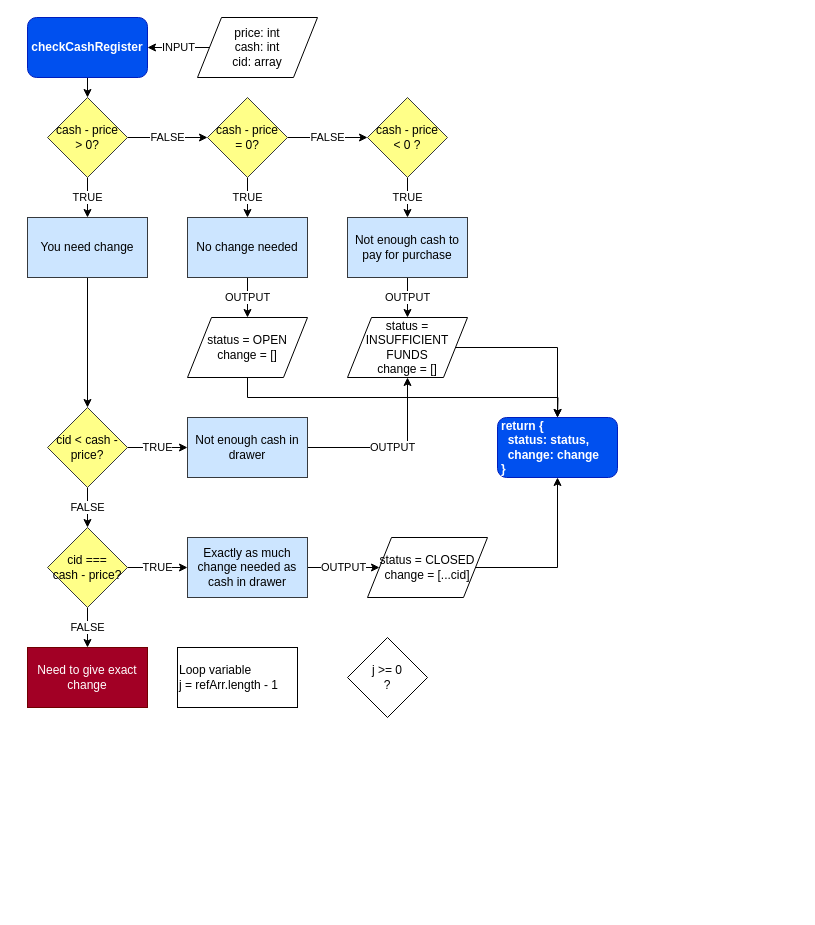
The draw.io diagram docs/images/CheckCashRegister.drawio in hdevilbiss/js-capstone, before the edit. Source tidied: cells renumbered, new cells numbered last; positions are measured from the earlier drawing's top-left corner, leaving out a move shared by most shapes. Both pictures are drawn from the tidied source at 100%, with x=0, y=0 at pixel (27, 17).
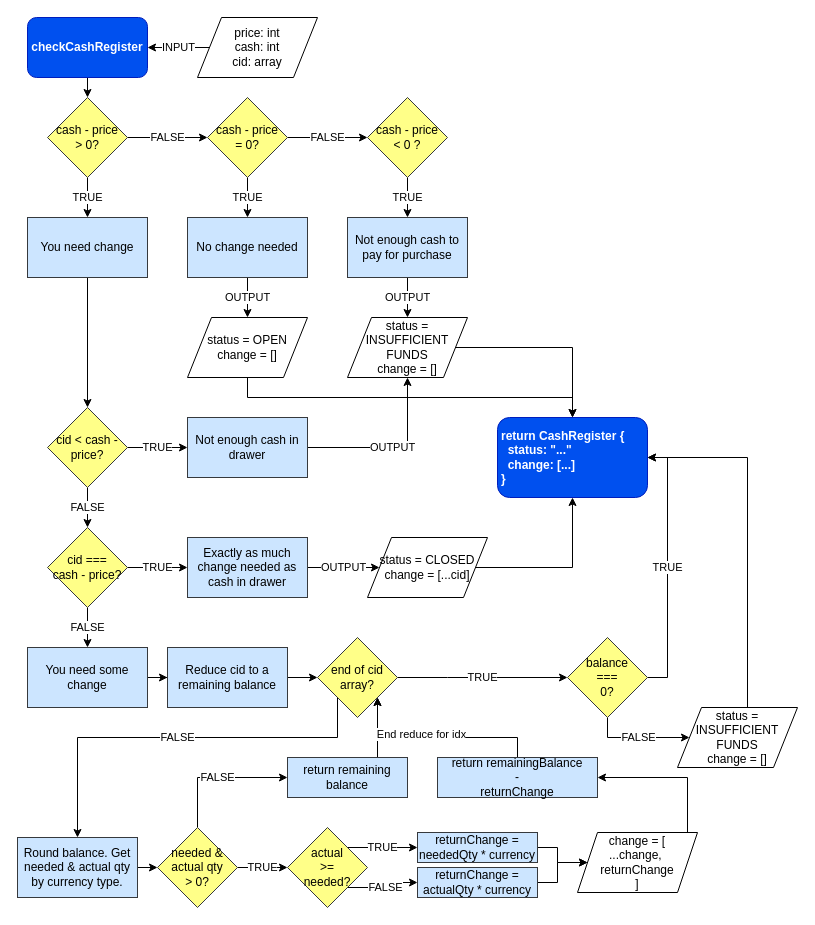
The same diagram, later.

Commit message (it also covers changes not shown here):
🖼️ Finish CashRegister logic diagram

Unchanged cells that the change refers to:
```xml
<mxCell id="21" value="status = OPEN&lt;br&gt;change = []" style="shape=parallelogram;perimeter=parallelogramPerimeter;whiteSpace=wrap;html=1;align=center;labelPosition=center;verticalLabelPosition=middle;verticalAlign=middle;" parent="1" vertex="1">
  <mxGeometry x="160" y="300" width="120" height="60" as="geometry" />
</mxCell>
```

What changed in the source:
```diff
@@
-    <mxCell id="20" style="edgeStyle=orthogonalEdgeStyle;rounded=0;jettySize=auto;html=1;exitX=0.5;exitY=1;exitDx=0;exitDy=0;" parent="1" edge="1" source="21">
-      <mxGeometry relative="1" as="geometry">
-        <mxPoint x="530" y="400" as="targetPoint" />
-      </mxGeometry>
+    <mxCell id="20" style="edgeStyle=orthogonalEdgeStyle;rounded=0;jettySize=auto;html=1;exitX=0.5;exitY=1;exitDx=0;exitDy=0;entryX=0.5;entryY=0;entryDx=0;entryDy=0;" parent="1" edge="1" source="21" target="25">
+      <mxGeometry relative="1" as="geometry" />
     </mxCell>
@@
-    <mxCell id="25" value="return {&lt;br&gt;&amp;nbsp; status: status,&lt;br&gt;&amp;nbsp; change: change&lt;br&gt;}" style="rounded=1;whiteSpace=wrap;html=1;align=left;fillColor=#0050ef;strokeColor=#001DBC;fontColor=#ffffff;fontStyle=1;spacingLeft=2;" parent="1" vertex="1">
-      <mxGeometry x="470" y="400" width="120" height="60" as="geometry" />
+    <mxCell id="25" value="return CashRegister {&lt;br&gt;&amp;nbsp; status: &quot;...&quot;&lt;br&gt;&amp;nbsp; change: [...]&lt;br&gt;}" style="rounded=1;whiteSpace=wrap;html=1;align=left;fillColor=#0050ef;strokeColor=#001DBC;fontColor=#ffffff;fontStyle=1;spacingLeft=2;" parent="1" vertex="1">
+      <mxGeometry x="470" y="400" width="150" height="80" as="geometry" />
     </mxCell>
@@
+    <mxCell id="40" style="edgeStyle=orthogonalEdgeStyle;rounded=0;jettySize=auto;html=1;exitX=1;exitY=0.5;exitDx=0;exitDy=0;" parent="1" edge="1" source="37" target="42">
+      <mxGeometry relative="1" as="geometry" />
+    </mxCell>
-    <mxCell id="37" value="Need to give exact change" style="rounded=0;whiteSpace=wrap;html=1;align=center;fillColor=#a20025;strokeColor=#6F0000;fontColor=#ffffff;" parent="1" vertex="1">
+    <mxCell id="37" value="You need some change" style="rounded=0;whiteSpace=wrap;html=1;align=center;fillColor=#cce5ff;strokeColor=#36393d;" parent="1" vertex="1">
       <mxGeometry y="630" width="120" height="60" as="geometry" />
     </mxCell>
-    <mxCell id="38" value="Loop variable&lt;br&gt;j = refArr.length - 1" style="rounded=0;whiteSpace=wrap;html=1;align=left;" parent="1" vertex="1">
-      <mxGeometry x="150" y="630" width="120" height="60" as="geometry" />
-    </mxCell>
-    <mxCell id="39" value="j &amp;gt;= 0&lt;br&gt;?" style="rhombus;whiteSpace=wrap;html=1;align=center;" parent="1" vertex="1">
-      <mxGeometry x="320" y="620" width="80" height="80" as="geometry" />
-    </mxCell>
+    <mxCell id="41" style="edgeStyle=orthogonalEdgeStyle;rounded=0;jettySize=auto;html=1;exitX=1;exitY=0.5;exitDx=0;exitDy=0;entryX=0;entryY=0.5;entryDx=0;entryDy=0;" parent="1" edge="1" source="42" target="45">
+      <mxGeometry relative="1" as="geometry" />
+    </mxCell>
+    <mxCell id="42" value="Reduce cid to a remaining balance" style="rounded=0;whiteSpace=wrap;html=1;fillColor=#cce5ff;strokeColor=#36393d;" parent="1" vertex="1">
+      <mxGeometry x="140" y="630" width="120" height="60" as="geometry" />
+    </mxCell>
+    <mxCell id="43" value="TRUE" style="edgeStyle=orthogonalEdgeStyle;rounded=0;jettySize=auto;html=1;exitX=1;exitY=0.5;exitDx=0;exitDy=0;entryX=0;entryY=0.5;entryDx=0;entryDy=0;" parent="1" edge="1" source="45" target="48">
+      <mxGeometry relative="1" as="geometry">
+        <Array as="points">
+          <mxPoint x="420" y="660" />
+          <mxPoint x="420" y="660" />
+        </Array>
+      </mxGeometry>
+    </mxCell>
+    <mxCell id="44" value="FALSE" style="edgeStyle=orthogonalEdgeStyle;rounded=0;jettySize=auto;html=1;exitX=0;exitY=1;exitDx=0;exitDy=0;entryX=0.5;entryY=0;entryDx=0;entryDy=0;" parent="1" edge="1" source="45" target="52">
+      <mxGeometry relative="1" as="geometry">
+        <Array as="points">
+          <mxPoint x="310" y="720" />
+          <mxPoint x="50" y="720" />
+        </Array>
+      </mxGeometry>
+    </mxCell>
+    <mxCell id="45" value="end of cid array?" style="rhombus;whiteSpace=wrap;html=1;fillColor=#ffff88;strokeColor=#36393d;" parent="1" vertex="1">
+      <mxGeometry x="290" y="620" width="80" height="80" as="geometry" />
+    </mxCell>
+    <mxCell id="46" value="TRUE" style="edgeStyle=orthogonalEdgeStyle;rounded=0;jettySize=auto;html=1;exitX=1;exitY=0.5;exitDx=0;exitDy=0;entryX=1;entryY=0.5;entryDx=0;entryDy=0;" parent="1" edge="1" source="48" target="25">
+      <mxGeometry relative="1" as="geometry" />
+    </mxCell>
+    <mxCell id="47" value="FALSE" style="edgeStyle=orthogonalEdgeStyle;rounded=0;jettySize=auto;html=1;exitX=0.5;exitY=1;exitDx=0;exitDy=0;entryX=0;entryY=0.5;entryDx=0;entryDy=0;" parent="1" edge="1" source="48" target="50">
+      <mxGeometry relative="1" as="geometry" />
+    </mxCell>
+    <mxCell id="48" value="balance &lt;br&gt;===&lt;br&gt;0?" style="rhombus;whiteSpace=wrap;html=1;fillColor=#ffff88;strokeColor=#36393d;" parent="1" vertex="1">
+      <mxGeometry x="540" y="620" width="80" height="80" as="geometry" />
+    </mxCell>
+    <mxCell id="49" style="edgeStyle=orthogonalEdgeStyle;rounded=0;jettySize=auto;html=1;exitX=1;exitY=0.5;exitDx=0;exitDy=0;entryX=1;entryY=0.5;entryDx=0;entryDy=0;" parent="1" edge="1" source="50" target="25">
+      <mxGeometry relative="1" as="geometry">
+        <Array as="points">
+          <mxPoint x="720" y="720" />
+          <mxPoint x="720" y="440" />
+        </Array>
+      </mxGeometry>
+    </mxCell>
+    <mxCell id="50" value="status = INSUFFICIENT FUNDS&lt;br&gt;change = []" style="shape=parallelogram;perimeter=parallelogramPerimeter;whiteSpace=wrap;html=1;align=center;labelPosition=center;verticalLabelPosition=middle;verticalAlign=middle;" parent="1" vertex="1">
+      <mxGeometry x="650" y="690" width="120" height="60" as="geometry" />
+    </mxCell>
+    <mxCell id="51" style="edgeStyle=orthogonalEdgeStyle;rounded=0;jettySize=auto;html=1;exitX=1;exitY=0.5;exitDx=0;exitDy=0;entryX=0;entryY=0.5;entryDx=0;entryDy=0;" parent="1" edge="1" source="52" target="55">
+      <mxGeometry relative="1" as="geometry" />
+    </mxCell>
+    <mxCell id="52" value="Round balance. Get needed &amp;amp; actual qty by currency type." style="rounded=0;whiteSpace=wrap;html=1;fillColor=#cce5ff;strokeColor=#36393d;" parent="1" vertex="1">
+      <mxGeometry x="-10" y="820" width="120" height="60" as="geometry" />
+    </mxCell>
+    <mxCell id="53" value="TRUE" style="edgeStyle=orthogonalEdgeStyle;rounded=0;jettySize=auto;html=1;exitX=1;exitY=0.5;exitDx=0;exitDy=0;entryX=0;entryY=0.5;entryDx=0;entryDy=0;" parent="1" edge="1" source="55" target="60">
+      <mxGeometry relative="1" as="geometry" />
+    </mxCell>
+    <mxCell id="54" value="FALSE" style="edgeStyle=orthogonalEdgeStyle;rounded=0;jettySize=auto;html=1;exitX=0.5;exitY=0;exitDx=0;exitDy=0;entryX=0;entryY=0.5;entryDx=0;entryDy=0;" parent="1" edge="1" source="55" target="57">
+      <mxGeometry relative="1" as="geometry" />
+    </mxCell>
+    <mxCell id="55" value="needed &amp;amp; actual qty&lt;br&gt;&amp;gt; 0?" style="rhombus;whiteSpace=wrap;html=1;fillColor=#ffff88;strokeColor=#36393d;" parent="1" vertex="1">
+      <mxGeometry x="130" y="810" width="80" height="80" as="geometry" />
+    </mxCell>
+    <mxCell id="56" style="edgeStyle=orthogonalEdgeStyle;rounded=0;jettySize=auto;html=1;exitX=0.75;exitY=0;exitDx=0;exitDy=0;entryX=1;entryY=1;entryDx=0;entryDy=0;" parent="1" edge="1" source="57" target="45">
+      <mxGeometry relative="1" as="geometry" />
+    </mxCell>
+    <mxCell id="57" value="return remaining balance" style="rounded=0;whiteSpace=wrap;html=1;fillColor=#cce5ff;strokeColor=#36393d;" parent="1" vertex="1">
+      <mxGeometry x="260" y="740" width="120" height="40" as="geometry" />
+    </mxCell>
+    <mxCell id="58" value="TRUE" style="edgeStyle=orthogonalEdgeStyle;rounded=0;jettySize=auto;html=1;exitX=1;exitY=0;exitDx=0;exitDy=0;entryX=0;entryY=0.5;entryDx=0;entryDy=0;" parent="1" edge="1" source="60" target="62">
+      <mxGeometry relative="1" as="geometry" />
+    </mxCell>
+    <mxCell id="59" value="FALSE" style="edgeStyle=orthogonalEdgeStyle;rounded=0;jettySize=auto;html=1;exitX=1;exitY=1;exitDx=0;exitDy=0;entryX=0;entryY=0.5;entryDx=0;entryDy=0;" parent="1" edge="1" source="60" target="64">
+      <mxGeometry relative="1" as="geometry" />
+    </mxCell>
+    <mxCell id="60" value="actual&lt;br&gt;&amp;gt;=&lt;br&gt;needed?" style="rhombus;whiteSpace=wrap;html=1;fillColor=#ffff88;strokeColor=#36393d;" parent="1" vertex="1">
+      <mxGeometry x="260" y="810" width="80" height="80" as="geometry" />
+    </mxCell>
+    <mxCell id="61" style="edgeStyle=orthogonalEdgeStyle;rounded=0;jettySize=auto;html=1;exitX=1;exitY=0.5;exitDx=0;exitDy=0;entryX=0;entryY=0.5;entryDx=0;entryDy=0;" parent="1" edge="1" source="62" target="66">
+      <mxGeometry relative="1" as="geometry" />
+    </mxCell>
+    <mxCell id="62" value="returnChange = neededQty * currency" style="rounded=0;whiteSpace=wrap;html=1;fillColor=#cce5ff;strokeColor=#36393d;" parent="1" vertex="1">
+      <mxGeometry x="390" y="815" width="120" height="30" as="geometry" />
+    </mxCell>
+    <mxCell id="63" style="edgeStyle=orthogonalEdgeStyle;rounded=0;jettySize=auto;html=1;exitX=1;exitY=0.5;exitDx=0;exitDy=0;" parent="1" edge="1" source="64" target="66">
+      <mxGeometry relative="1" as="geometry" />
+    </mxCell>
+    <mxCell id="64" value="returnChange = actualQty * currency" style="rounded=0;whiteSpace=wrap;html=1;fillColor=#cce5ff;strokeColor=#36393d;" parent="1" vertex="1">
+      <mxGeometry x="390" y="850" width="120" height="30" as="geometry" />
+    </mxCell>
+    <mxCell id="65" style="edgeStyle=orthogonalEdgeStyle;rounded=0;jettySize=auto;html=1;exitX=1;exitY=0.5;exitDx=0;exitDy=0;entryX=1;entryY=0.5;entryDx=0;entryDy=0;" parent="1" edge="1" source="66" target="69">
+      <mxGeometry relative="1" as="geometry" />
+    </mxCell>
+    <mxCell id="66" value="change = [&lt;br&gt;...change,&amp;nbsp;&lt;br&gt;returnChange&lt;br&gt;]" style="shape=parallelogram;perimeter=parallelogramPerimeter;whiteSpace=wrap;html=1;fixedSize=1;" parent="1" vertex="1">
+      <mxGeometry x="550" y="815" width="120" height="60" as="geometry" />
+    </mxCell>
+    <mxCell id="67" style="edgeStyle=orthogonalEdgeStyle;rounded=0;jettySize=auto;html=1;exitX=0.5;exitY=0;exitDx=0;exitDy=0;entryX=1;entryY=1;entryDx=0;entryDy=0;" parent="1" edge="1" source="69" target="45">
+      <mxGeometry relative="1" as="geometry" />
+    </mxCell>
+    <mxCell id="68" value="End reduce for idx" style="edgeLabel;html=1;align=center;verticalAlign=middle;" parent="67" vertex="1">
+      <mxGeometry x="0.17" y="-4" relative="1" as="geometry" />
+    </mxCell>
+    <mxCell id="69" value="return remainingBalance&lt;br&gt;-&lt;br&gt;returnChange" style="rounded=0;whiteSpace=wrap;html=1;fillColor=#cce5ff;strokeColor=#36393d;" parent="1" vertex="1">
+      <mxGeometry x="410" y="740" width="160" height="40" as="geometry" />
+    </mxCell>
```
